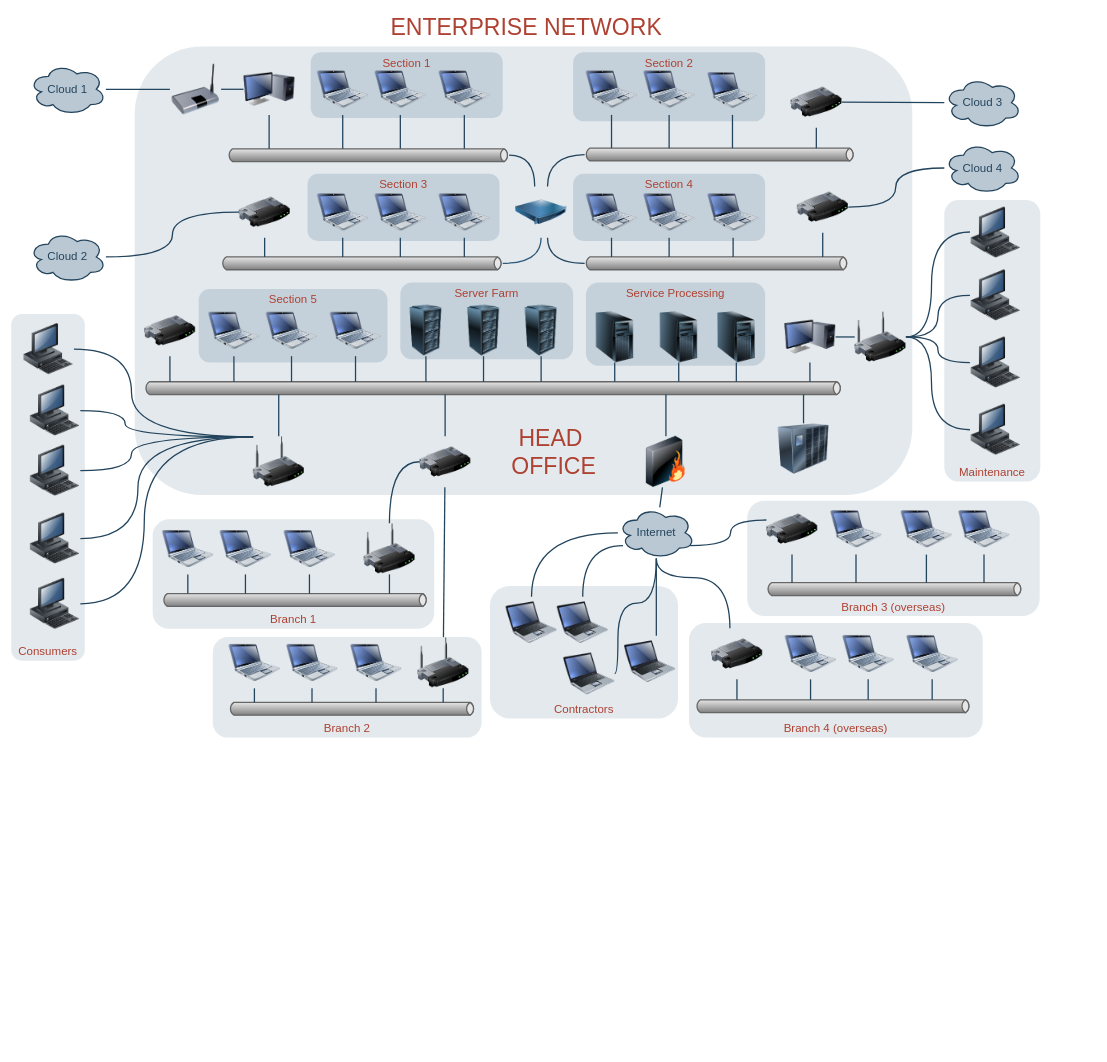
T13nou/Fedora-37-38-Post-install keeps this draw.io diagram as Diagramme sans nom.drawio. Above is the earlier version. Source tidied: cells renumbered, new cells numbered last; positions are measured from the earlier drawing's top-left corner, leaving out a move shared by most shapes. Both pictures are drawn from the tidied source at 64%, with x=0, y=0 at pixel (11, 11). Pictures stored in the file or linked from it are replaced by grey dashed boxes.
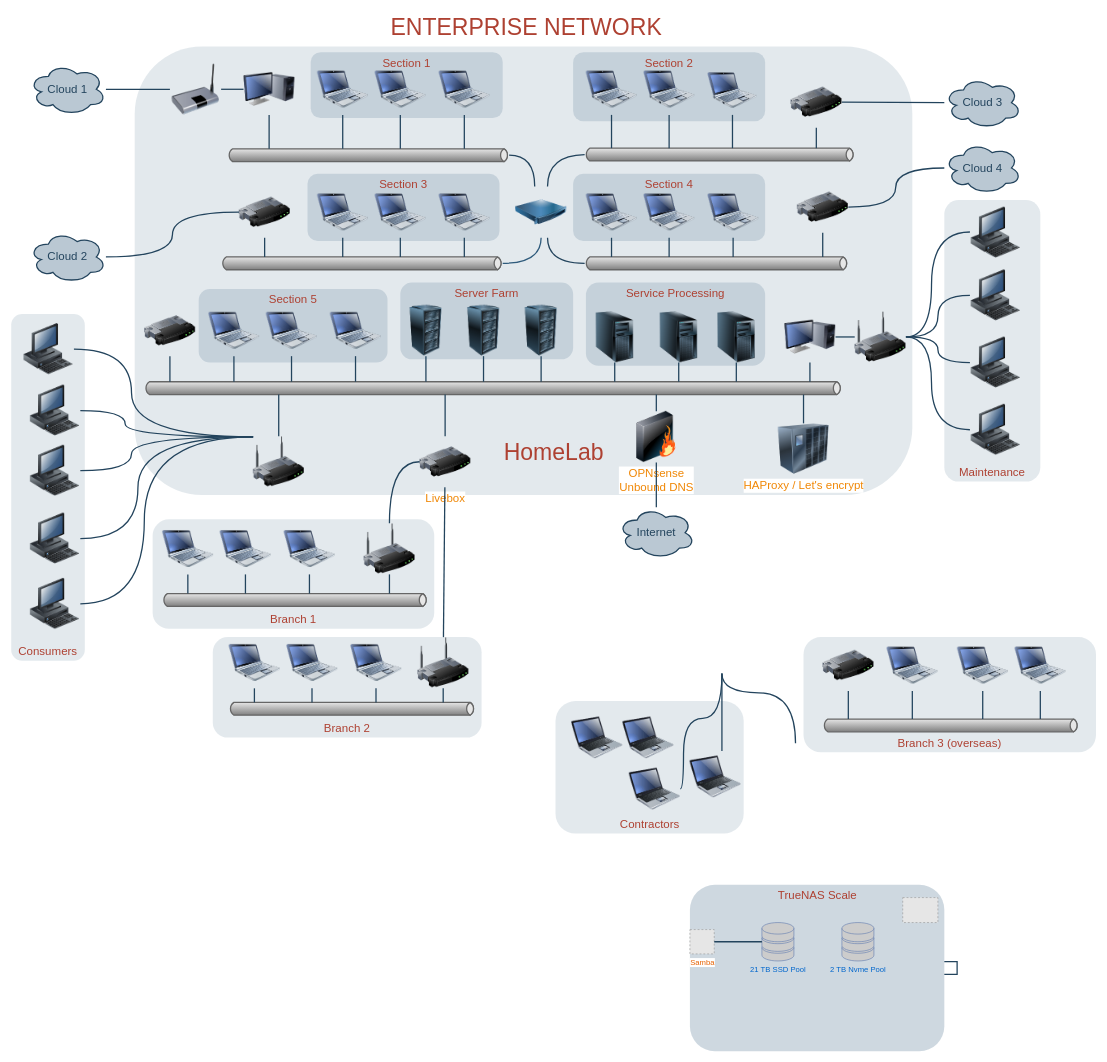
The same diagram, later.

Commit message:
Mettre à jour Diagramme sans nom.drawio

The change refers to these unchanged cells:
```xml
<mxCell id="19" value="Internet" style="ellipse;shape=cloud;whiteSpace=wrap;html=1;shadow=0;strokeColor=#23445D;fillColor=#BAC8D3;gradientColor=none;fontSize=18;fontColor=#23445D;gradientDirection=north;fontStyle=0;strokeWidth=2;" parent="1" vertex="1">
  <mxGeometry x="948" y="775" width="120" height="80" as="geometry" />
</mxCell>
```

Diff of the diagram source:
```diff
@@
-    <mxCell id="11" value="Branch 4&lt;span style=&quot;line-height: 17.1818180084229px&quot;&gt;&amp;nbsp;(overseas)&lt;/span&gt;" style="rounded=1;whiteSpace=wrap;html=1;shadow=0;strokeColor=none;fillColor=#BAC8D3;gradientColor=none;fontSize=18;fontColor=#AE4132;fontStyle=0;verticalAlign=bottom;opacity=40;strokeWidth=3;" parent="1" vertex="1">
-      <mxGeometry x="1059" y="956" width="459" height="179" as="geometry" />
-    </mxCell>
     <mxCell id="12" value="Branch 3 (overseas)" style="rounded=1;whiteSpace=wrap;html=1;shadow=0;strokeColor=none;fillColor=#BAC8D3;gradientColor=none;fontSize=18;fontColor=#AE4132;verticalAlign=bottom;fontStyle=0;opacity=40;strokeWidth=3;" parent="1" vertex="1">
-      <mxGeometry x="1150" y="765" width="457" height="180" as="geometry" />
+      <mxGeometry x="1238" y="978" width="457" height="180" as="geometry" />
     </mxCell>
     <mxCell id="13" value="Contractors" style="rounded=1;whiteSpace=wrap;html=1;shadow=0;strokeColor=none;fillColor=#BAC8D3;gradientColor=none;fontSize=18;fontColor=#AE4132;verticalAlign=bottom;fontStyle=0;opacity=40;strokeWidth=3;" parent="1" vertex="1">
-      <mxGeometry x="748" y="898" width="294" height="207" as="geometry" />
+      <mxGeometry x="850.5" y="1078" width="294" height="207" as="geometry" />
     </mxCell>
@@
-    <mxCell id="53" style="image;html=1;image=img/lib/clip_art/networking/Router_128x128.png;shadow=0;strokeColor=#000000;fillColor=#FFFFFF;gradientColor=none;fontSize=18;fontColor=#F08705;fontStyle=0;" parent="1" vertex="1">
+    <mxCell id="53" value="Livebox" style="image;html=1;image=img/lib/clip_art/networking/Router_128x128.png;shadow=0;strokeColor=#000000;fillColor=#FFFFFF;gradientColor=none;fontSize=18;fontColor=#F08705;fontStyle=0;" parent="1" vertex="1">
       <mxGeometry x="638" y="664" width="80" height="80" as="geometry" />
     </mxCell>
@@
     <mxCell id="67" style="image;html=1;image=img/lib/clip_art/computers/Netbook_128x128.png;shadow=0;strokeColor=#000000;fillColor=#FFFFFF;gradientColor=none;fontSize=18;fontColor=#F08705;fontStyle=0;" parent="1" vertex="1">
-      <mxGeometry x="1480" y="769" width="80" height="80" as="geometry" />
+      <mxGeometry x="1568" y="982" width="80" height="80" as="geometry" />
     </mxCell>
     <mxCell id="68" style="image;html=1;image=img/lib/clip_art/computers/Netbook_128x128.png;shadow=0;strokeColor=#000000;fillColor=#FFFFFF;gradientColor=none;fontSize=18;fontColor=#F08705;fontStyle=0;" parent="1" vertex="1">
-      <mxGeometry x="1390" y="769" width="80" height="80" as="geometry" />
+      <mxGeometry x="1478" y="982" width="80" height="80" as="geometry" />
     </mxCell>
     <mxCell id="69" style="image;html=1;image=img/lib/clip_art/computers/Netbook_128x128.png;shadow=0;strokeColor=#000000;fillColor=#FFFFFF;gradientColor=none;fontSize=18;fontColor=#F08705;fontStyle=0;" parent="1" vertex="1">
-      <mxGeometry x="1280" y="769" width="80" height="80" as="geometry" />
+      <mxGeometry x="1368" y="982" width="80" height="80" as="geometry" />
     </mxCell>
     <mxCell id="70" style="strokeWidth=2;strokeColor=#666666;dashed=0;align=center;html=1;fontSize=8;shape=mxgraph.eip.messageChannel;shadow=0;fillColor=#FFFFFF;gradientColor=none;fontColor=#F08705;fontStyle=0;" parent="1" vertex="1">
-      <mxGeometry x="1180" y="893" width="400" height="20" as="geometry" />
+      <mxGeometry x="1268" y="1106" width="400" height="20" as="geometry" />
     </mxCell>
-    <mxCell id="71" style="image;html=1;image=img/lib/clip_art/computers/Netbook_128x128.png;shadow=0;strokeColor=#000000;fillColor=#FFFFFF;gradientColor=none;fontSize=18;fontColor=#F08705;fontStyle=0;" parent="1" vertex="1">
-      <mxGeometry x="1209" y="964" width="80" height="80" as="geometry" />
-    </mxCell>
-    <mxCell id="72" style="image;html=1;image=img/lib/clip_art/computers/Netbook_128x128.png;shadow=0;strokeColor=#000000;fillColor=#FFFFFF;gradientColor=none;fontSize=18;fontColor=#F08705;fontStyle=0;" parent="1" vertex="1">
-      <mxGeometry x="1299" y="964" width="80" height="80" as="geometry" />
-    </mxCell>
-    <mxCell id="73" style="image;html=1;image=img/lib/clip_art/computers/Netbook_128x128.png;shadow=0;strokeColor=#000000;fillColor=#FFFFFF;gradientColor=none;fontSize=18;fontColor=#F08705;fontStyle=0;" parent="1" vertex="1">
-      <mxGeometry x="1399" y="964" width="80" height="80" as="geometry" />
-    </mxCell>
-    <mxCell id="74" style="strokeWidth=2;strokeColor=#666666;dashed=0;align=center;html=1;fontSize=8;shape=mxgraph.eip.messageChannel;shadow=0;fillColor=#FFFFFF;gradientColor=none;fontColor=#F08705;fontStyle=0;" parent="1" vertex="1">
-      <mxGeometry x="1069" y="1076" width="430" height="20" as="geometry" />
-    </mxCell>
@@
-    <mxCell id="82" style="image;html=1;image=img/lib/clip_art/networking/Firewall_128x128.png;shadow=0;strokeColor=#000000;fillColor=#FFFFFF;gradientColor=none;fontSize=18;fontColor=#F08705;fontStyle=0;" parent="1" vertex="1">
-      <mxGeometry x="983" y="664" width="80" height="80" as="geometry" />
+    <mxCell id="82" value="&lt;div&gt;OPNsense&lt;/div&gt;&lt;div&gt;Unbound DNS&lt;br&gt;&lt;/div&gt;" style="image;html=1;image=img/lib/clip_art/networking/Firewall_128x128.png;shadow=0;strokeColor=#000000;fillColor=#FFFFFF;gradientColor=none;fontSize=18;fontColor=#F08705;fontStyle=0;" parent="1" vertex="1">
+      <mxGeometry x="968" y="625" width="80" height="80" as="geometry" />
     </mxCell>
@@
     <mxCell id="111" style="image;html=1;image=img/lib/clip_art/computers/Laptop_128x128.png;shadow=0;strokeColor=#000000;fillColor=#FFFFFF;gradientColor=none;fontSize=18;fontColor=#F08705;fontStyle=0;" parent="1" vertex="1">
-      <mxGeometry x="773" y="915" width="80" height="80" as="geometry" />
+      <mxGeometry x="875.5" y="1095" width="80" height="80" as="geometry" />
     </mxCell>
     <mxCell id="112" style="image;html=1;image=img/lib/clip_art/computers/Laptop_128x128.png;shadow=0;strokeColor=#000000;fillColor=#FFFFFF;gradientColor=none;fontSize=18;fontColor=#F08705;fontStyle=0;" parent="1" vertex="1">
-      <mxGeometry x="853" y="915" width="80" height="80" as="geometry" />
+      <mxGeometry x="955.5" y="1095" width="80" height="80" as="geometry" />
     </mxCell>
     <mxCell id="113" style="image;html=1;image=img/lib/clip_art/computers/Laptop_128x128.png;shadow=0;strokeColor=#000000;fillColor=#FFFFFF;gradientColor=none;fontSize=18;fontColor=#F08705;fontStyle=0;" parent="1" vertex="1">
-      <mxGeometry x="863" y="995" width="80" height="80" as="geometry" />
+      <mxGeometry x="965.5" y="1175" width="80" height="80" as="geometry" />
     </mxCell>
     <mxCell id="114" style="image;html=1;image=img/lib/clip_art/computers/Laptop_128x128.png;shadow=0;strokeColor=#000000;fillColor=#FFFFFF;gradientColor=none;fontSize=18;fontColor=#F08705;fontStyle=0;" parent="1" vertex="1">
-      <mxGeometry x="958" y="976" width="80" height="80" as="geometry" />
+      <mxGeometry x="1060.5" y="1156" width="80" height="80" as="geometry" />
     </mxCell>
@@
-    <mxCell id="122" style="edgeStyle=orthogonalEdgeStyle;rounded=0;html=1;startArrow=none;startFill=0;endArrow=none;endFill=0;fontSize=18;fontColor=#F08705;strokeColor=#23445D;strokeWidth=2;curved=1;fontStyle=0;" parent="1" edge="1" source="114" target="19">
+    <mxCell id="122" style="edgeStyle=orthogonalEdgeStyle;rounded=0;html=1;startArrow=none;startFill=0;endArrow=none;endFill=0;fontSize=18;fontColor=#F08705;strokeColor=#23445D;strokeWidth=2;curved=1;fontStyle=0;" parent="1" edge="1" source="114">
       <mxGeometry relative="1" as="geometry">
+        <mxPoint x="1110.5" y="1035" as="targetPoint" />
         <Array as="points">
-          <mxPoint x="1008" y="965" />
-          <mxPoint x="1008" y="965" />
+          <mxPoint x="1110.5" y="1145" />
+          <mxPoint x="1110.5" y="1145" />
         </Array>
       </mxGeometry>
     </mxCell>
-    <mxCell id="123" style="edgeStyle=orthogonalEdgeStyle;rounded=0;html=1;startArrow=none;startFill=0;endArrow=none;endFill=0;fontSize=18;fontColor=#F08705;strokeColor=#23445D;strokeWidth=2;curved=1;fontStyle=0;" parent="1" edge="1" source="113" target="19">
+    <mxCell id="123" style="edgeStyle=orthogonalEdgeStyle;rounded=0;html=1;startArrow=none;startFill=0;endArrow=none;endFill=0;fontSize=18;fontColor=#F08705;strokeColor=#23445D;strokeWidth=2;curved=1;fontStyle=0;" parent="1" edge="1" source="113">
       <mxGeometry relative="1" as="geometry">
+        <mxPoint x="1110.5" y="1035" as="targetPoint" />
         <Array as="points">
-          <mxPoint x="948" y="1035" />
-          <mxPoint x="948" y="925" />
-          <mxPoint x="1008" y="925" />
+          <mxPoint x="1050.5" y="1215" />
+          <mxPoint x="1050.5" y="1105" />
+          <mxPoint x="1110.5" y="1105" />
         </Array>
       </mxGeometry>
     </mxCell>
-    <mxCell id="124" style="edgeStyle=orthogonalEdgeStyle;rounded=0;html=1;startArrow=none;startFill=0;endArrow=none;endFill=0;fontSize=18;fontColor=#F08705;strokeColor=#23445D;strokeWidth=2;curved=1;fontStyle=0;" parent="1" edge="1" source="112" target="19">
-      <mxGeometry relative="1" as="geometry">
-        <Array as="points">
-          <mxPoint x="893" y="835" />
-        </Array>
-      </mxGeometry>
-    </mxCell>
-    <mxCell id="125" style="edgeStyle=orthogonalEdgeStyle;rounded=0;html=1;startArrow=none;startFill=0;endArrow=none;endFill=0;fontSize=18;fontColor=#F08705;strokeColor=#23445D;strokeWidth=2;curved=1;fontStyle=0;" parent="1" edge="1" source="111" target="19">
-      <mxGeometry relative="1" as="geometry">
-        <Array as="points">
-          <mxPoint x="813" y="815" />
-        </Array>
-      </mxGeometry>
-    </mxCell>
@@
     <mxCell id="130" style="image;html=1;image=img/lib/clip_art/networking/Router_128x128.png;shadow=0;strokeColor=#000000;fillColor=#FFFFFF;gradientColor=none;fontSize=18;fontColor=#F08705;fontStyle=0;" parent="1" vertex="1">
-      <mxGeometry x="1180" y="769" width="80" height="80" as="geometry" />
+      <mxGeometry x="1268" y="982" width="80" height="80" as="geometry" />
     </mxCell>
-    <mxCell id="131" style="image;html=1;image=img/lib/clip_art/networking/Router_128x128.png;shadow=0;strokeColor=#000000;fillColor=#FFFFFF;gradientColor=none;fontSize=18;fontColor=#F08705;fontStyle=0;" parent="1" vertex="1">
-      <mxGeometry x="1094" y="964" width="80" height="80" as="geometry" />
-    </mxCell>
-    <mxCell id="132" style="edgeStyle=orthogonalEdgeStyle;rounded=0;html=1;startArrow=none;startFill=0;endArrow=none;endFill=0;fontSize=18;fontColor=#F08705;strokeColor=#23445D;strokeWidth=2;curved=1;fontStyle=0;" parent="1" edge="1" source="130" target="19">
-      <mxGeometry relative="1" as="geometry">
-        <Array as="points">
-          <mxPoint x="1124" y="795" />
-          <mxPoint x="1124" y="835" />
-        </Array>
-      </mxGeometry>
-    </mxCell>
-    <mxCell id="133" style="edgeStyle=orthogonalEdgeStyle;rounded=0;html=1;startArrow=none;startFill=0;endArrow=none;endFill=0;fontSize=18;fontColor=#F08705;strokeColor=#23445D;strokeWidth=2;curved=1;fontStyle=0;" parent="1" edge="1" source="131" target="19">
+    <mxCell id="133" style="edgeStyle=orthogonalEdgeStyle;rounded=0;html=1;startArrow=none;startFill=0;endArrow=none;endFill=0;fontSize=18;fontColor=#F08705;strokeColor=#23445D;strokeWidth=2;curved=1;fontStyle=0;" parent="1" edge="1">
       <mxGeometry relative="1" as="geometry">
+        <mxPoint x="1225.5" y="1144" as="sourcePoint" />
+        <mxPoint x="1110.5" y="1035" as="targetPoint" />
         <Array as="points">
-          <mxPoint x="1123" y="885" />
-          <mxPoint x="1008" y="885" />
+          <mxPoint x="1225.5" y="1065" />
+          <mxPoint x="1110.5" y="1065" />
         </Array>
       </mxGeometry>
     </mxCell>
@@
-    <mxCell id="138" style="edgeStyle=elbowEdgeStyle;strokeWidth=2;rounded=0;endArrow=none;startArrow=none;startSize=10;endSize=10;dashed=0;html=1;strokeColor=#23445D;fontSize=18;fontColor=#F08705;startFill=0;endFill=0;fontStyle=0;" parent="1" edge="1" source="71" target="74">
-      <mxGeometry relative="1" as="geometry" />
-    </mxCell>
-    <mxCell id="139" style="edgeStyle=elbowEdgeStyle;strokeWidth=2;rounded=0;endArrow=none;startArrow=none;startSize=10;endSize=10;dashed=0;html=1;strokeColor=#23445D;fontSize=18;fontColor=#F08705;startFill=0;endFill=0;fontStyle=0;" parent="1" edge="1" source="72" target="74">
-      <mxGeometry relative="1" as="geometry" />
-    </mxCell>
-    <mxCell id="140" style="edgeStyle=elbowEdgeStyle;strokeWidth=2;rounded=0;endArrow=none;startArrow=none;startSize=10;endSize=10;dashed=0;html=1;strokeColor=#23445D;fontSize=18;fontColor=#F08705;startFill=0;endFill=0;fontStyle=0;" parent="1" edge="1" source="73" target="74">
-      <mxGeometry relative="1" as="geometry" />
-    </mxCell>
-    <mxCell id="141" style="edgeStyle=elbowEdgeStyle;strokeWidth=2;rounded=0;endArrow=none;startArrow=none;startSize=10;endSize=10;dashed=0;html=1;strokeColor=#23445D;fontSize=18;fontColor=#F08705;startFill=0;endFill=0;fontStyle=0;" parent="1" edge="1" source="131" target="74">
-      <mxGeometry relative="1" as="geometry" />
-    </mxCell>
@@
-    <mxCell id="160" style="image;html=1;image=img/lib/clip_art/networking/UPS_128x128.png;shadow=0;strokeColor=#000000;fillColor=#F2F2F2;gradientColor=none;fontSize=18;fontColor=#F08705;fontStyle=0;" parent="1" vertex="1">
+    <mxCell id="160" value="HAProxy / Let's encrypt" style="image;html=1;image=img/lib/clip_art/networking/UPS_128x128.png;shadow=0;strokeColor=#000000;fillColor=#F2F2F2;gradientColor=none;fontSize=18;fontColor=#F08705;fontStyle=0;" parent="1" vertex="1">
       <mxGeometry x="1198" y="644" width="80" height="80" as="geometry" />
     </mxCell>
@@
-    <mxCell id="167" value="HEAD&amp;nbsp;&lt;div&gt;OFFICE&lt;/div&gt;" style="text;html=1;strokeColor=none;fillColor=none;align=center;verticalAlign=middle;whiteSpace=wrap;overflow=hidden;shadow=0;fontSize=36;fontColor=#AE4132;fontStyle=0;" parent="1" vertex="1">
+    <mxCell id="167" value="HomeLab" style="text;html=1;strokeColor=none;fillColor=none;align=center;verticalAlign=middle;whiteSpace=wrap;overflow=hidden;shadow=0;fontSize=36;fontColor=#AE4132;fontStyle=0;" parent="1" vertex="1">
       <mxGeometry x="728" y="634" width="240" height="110" as="geometry" />
     </mxCell>
@@
+    <mxCell id="173" value="TrueNAS Scale" style="rounded=1;whiteSpace=wrap;html=1;shadow=0;strokeColor=none;fillColor=#BAC8D3;gradientColor=none;fontSize=18;fontColor=#AE4132;verticalAlign=top;fontStyle=0;opacity=70;strokeWidth=3;" parent="1" vertex="1">
+      <mxGeometry x="1060.5" y="1365" width="397.5" height="260" as="geometry" />
+    </mxCell>
+    <mxCell id="174" value="21 TB SSD Pool" style="fontColor=#0066CC;verticalAlign=top;verticalLabelPosition=bottom;labelPosition=center;align=center;html=1;outlineConnect=0;fillColor=#CCCCCC;strokeColor=#6881B3;gradientColor=none;gradientDirection=north;strokeWidth=2;shape=mxgraph.networks.storage;" parent="1" vertex="1">
+      <mxGeometry x="1173" y="1424" width="50" height="60" as="geometry" />
+    </mxCell>
+    <mxCell id="175" value="2 TB Nvme Pool" style="fontColor=#0066CC;verticalAlign=top;verticalLabelPosition=bottom;labelPosition=center;align=center;html=1;fillColor=#CCCCCC;strokeColor=#6881B3;gradientColor=none;gradientDirection=north;strokeWidth=2;shape=mxgraph.networks.storage;" parent="1" vertex="1">
+      <mxGeometry x="1298" y="1424" width="50" height="60" as="geometry" />
+    </mxCell>
+    <mxCell id="176" value="&lt;font color=&quot;#e66100&quot;&gt;Samba&lt;/font&gt;" style="fillColor=#E6E6E6;strokeColor=#999999;dashed=1;html=1;verticalAlign=top;verticalLabelPosition=bottom;labelBackgroundColor=#ffffff;" parent="1" vertex="1">
+      <mxGeometry x="1060.5" y="1435" width="38" height="38" as="geometry" />
+    </mxCell>
+    <mxCell id="177" style="edgeStyle=elbowEdgeStyle;strokeWidth=2;rounded=0;endArrow=none;startArrow=none;startSize=10;endSize=10;dashed=0;html=1;strokeColor=#23445D;fontSize=18;fontColor=#F08705;startFill=0;endFill=0;fontStyle=0;" parent="1" edge="1" source="173" target="173">
+      <mxGeometry relative="1" as="geometry">
+        <Array as="points">
+          <mxPoint x="1178" y="1455" />
+        </Array>
+      </mxGeometry>
+    </mxCell>
+    <mxCell id="178" style="edgeStyle=none;rounded=0;html=1;fontSize=18;fontColor=#F08705;endArrow=none;endFill=0;strokeColor=#23445D;strokeWidth=2;fontStyle=0;entryX=1;entryY=0.5;entryDx=0;entryDy=0;" parent="1" edge="1" source="174" target="176">
+      <mxGeometry relative="1" as="geometry" />
+    </mxCell>
+    <mxCell id="179" style="fillColor=#E6E6E6;strokeColor=#999999;dashed=1;verticalLabelPosition=bottom;verticalAlign=top;" parent="1" vertex="1">
+      <mxGeometry x="1393" y="1385" width="55" height="39" as="geometry" />
+    </mxCell>
```
